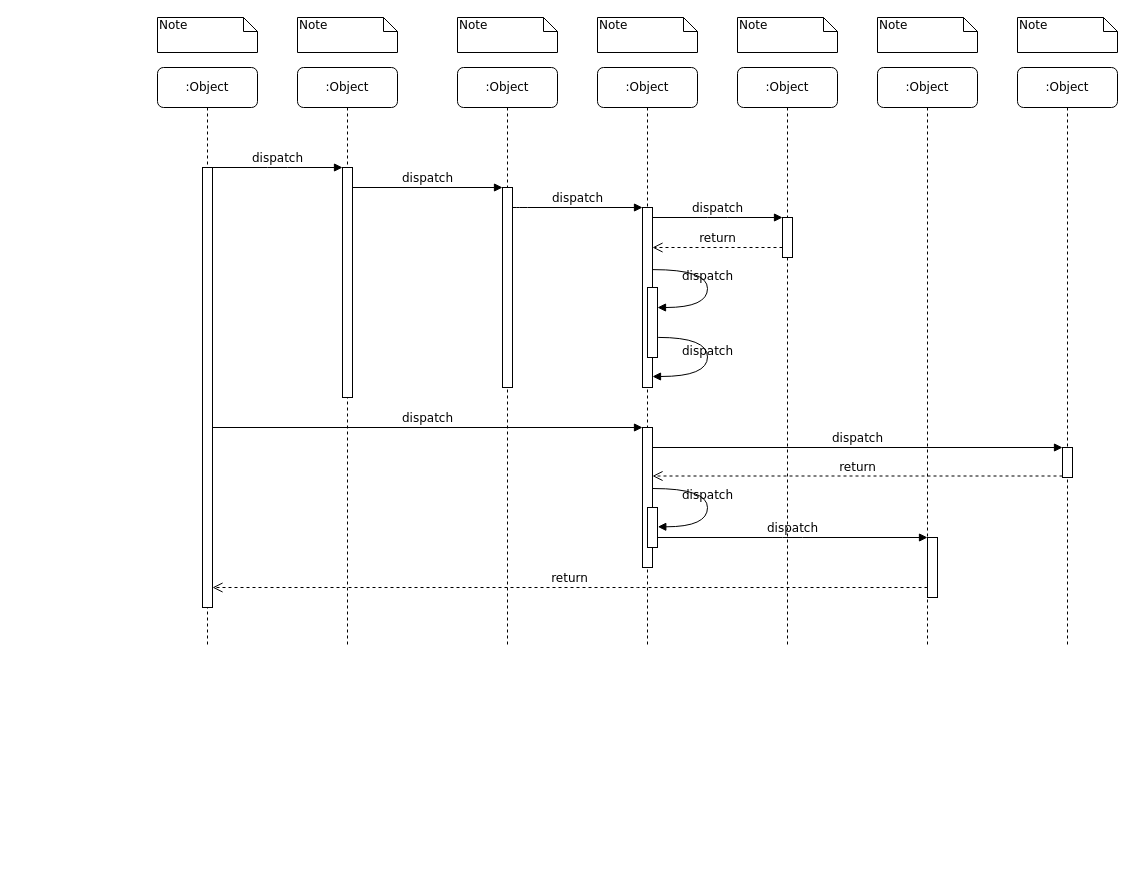
The draw.io diagram Диаграмма без названия.drawio in shatanov/IT-exams, before the edit. Source tidied: cells renumbered, new cells numbered last; positions are measured from the earlier drawing's top-left corner, leaving out a move shared by most shapes. Both pictures are drawn from the tidied source at 100%, with x=0, y=0 at pixel (157, 17).
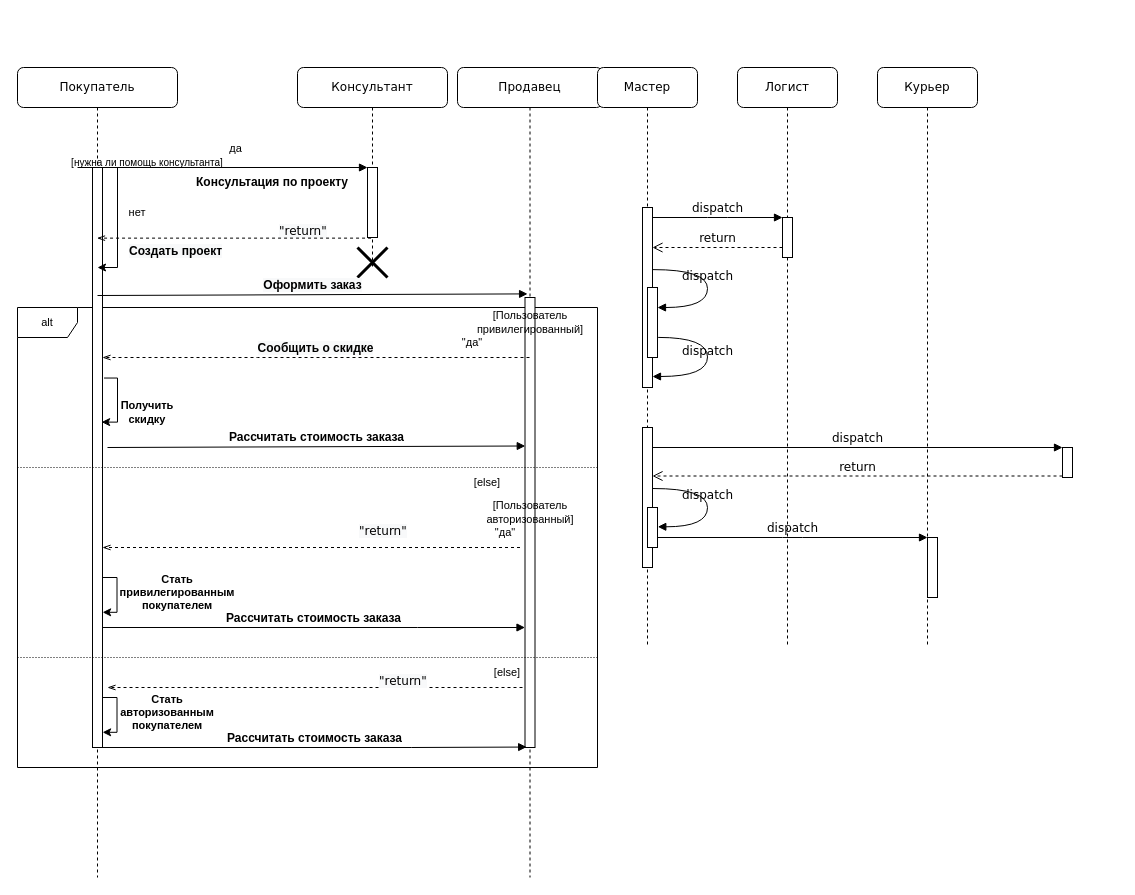
The same diagram, later.

Unchanged cells that the change refers to:
```xml
<mxCell id="12" style="html=1;points=[];perimeter=orthogonalPerimeter;rounded=0;shadow=0;comic=0;labelBackgroundColor=none;strokeWidth=1;fontFamily=Verdana;fontSize=12;align=center;" parent="1" vertex="1">
  <mxGeometry x="485" y="190" width="10" height="180" as="geometry" />
</mxCell>
<mxCell id="17" style="html=1;points=[];perimeter=orthogonalPerimeter;rounded=0;shadow=0;comic=0;labelBackgroundColor=none;strokeWidth=1;fontFamily=Verdana;fontSize=12;align=center;" parent="1" vertex="1">
  <mxGeometry x="485" y="410" width="10" height="140" as="geometry" />
</mxCell>
<mxCell id="22" style="html=1;points=[];perimeter=orthogonalPerimeter;rounded=0;shadow=0;comic=0;labelBackgroundColor=none;strokeWidth=1;fontFamily=Verdana;fontSize=12;align=center;" parent="1" vertex="1">
  <mxGeometry x="770" y="520" width="10" height="60" as="geometry" />
</mxCell>
```

Change to the diagram source:
```diff
@@
+    <mxCell id="39" value="alt" style="shape=umlFrame;whiteSpace=wrap;html=1;fontSize=11;" parent="1" vertex="1">
+      <mxGeometry x="-140" y="290" width="580" height="460" as="geometry" />
+    </mxCell>
-    <mxCell id="2" value=":Object" style="shape=umlLifeline;perimeter=lifelinePerimeter;whiteSpace=wrap;html=1;rounded=1;shadow=0;comic=0;labelBackgroundColor=none;strokeWidth=1;fontFamily=Verdana;fontSize=12;align=center;" parent="1" vertex="1">
-      <mxGeometry x="140" y="50" width="100" height="580" as="geometry" />
+    <mxCell id="2" value="Консультант" style="shape=umlLifeline;perimeter=lifelinePerimeter;whiteSpace=wrap;html=1;rounded=1;shadow=0;comic=0;labelBackgroundColor=none;strokeWidth=1;fontFamily=Verdana;fontSize=12;align=center;" parent="1" vertex="1">
+      <mxGeometry x="140" y="50" width="150" height="200" as="geometry" />
     </mxCell>
     <mxCell id="3" style="html=1;points=[];perimeter=orthogonalPerimeter;rounded=0;shadow=0;comic=0;labelBackgroundColor=none;strokeWidth=1;fontFamily=Verdana;fontSize=12;align=center;" parent="2" vertex="1">
-      <mxGeometry x="45" y="100" width="10" height="230" as="geometry" />
+      <mxGeometry x="70" y="100" width="10" height="70" as="geometry" />
     </mxCell>
+    <mxCell id="40" value="&lt;font style=&quot;font-size: 12px&quot;&gt;&lt;b&gt;Консультация по&amp;nbsp;проекту&lt;/b&gt;&lt;/font&gt;" style="text;html=1;strokeColor=none;fillColor=none;align=center;verticalAlign=middle;whiteSpace=wrap;rounded=0;fontSize=7;" parent="2" vertex="1">
+      <mxGeometry x="-200" y="100" width="350" height="30" as="geometry" />
+    </mxCell>
+    <mxCell id="41" style="shape=umlDestroy;whiteSpace=wrap;html=1;strokeWidth=3;fontSize=11;" parent="2" vertex="1">
+      <mxGeometry x="60" y="180" width="30" height="30" as="geometry" />
+    </mxCell>
+    <mxCell id="42" value="&lt;span style=&quot;color: rgb(0 , 0 , 0) ; font-family: &amp;#34;verdana&amp;#34; ; font-size: 12px ; font-style: normal ; font-weight: 400 ; letter-spacing: normal ; text-align: center ; text-indent: 0px ; text-transform: none ; word-spacing: 0px ; background-color: rgb(248 , 249 , 250) ; display: inline ; float: none&quot;&gt;&quot;return&quot;&lt;/span&gt;" style="text;whiteSpace=wrap;html=1;fontSize=11;" parent="2" vertex="1">
+      <mxGeometry x="-20" y="150" width="60" height="30" as="geometry" />
+    </mxCell>
-    <mxCell id="4" value=":Object" style="shape=umlLifeline;perimeter=lifelinePerimeter;whiteSpace=wrap;html=1;outlineConnect=0;rounded=1;shadow=0;comic=0;labelBackgroundColor=none;strokeWidth=1;fontFamily=Verdana;fontSize=12;align=center;" parent="1" vertex="1">
-      <mxGeometry x="300" y="50" width="100" height="580" as="geometry" />
+    <mxCell id="4" value="Продавец" style="shape=umlLifeline;perimeter=lifelinePerimeter;whiteSpace=wrap;html=1;outlineConnect=0;rounded=1;shadow=0;comic=0;labelBackgroundColor=none;strokeWidth=1;fontFamily=Verdana;fontSize=12;align=center;" parent="1" vertex="1">
+      <mxGeometry x="300" y="50" width="145" height="810" as="geometry" />
     </mxCell>
     <mxCell id="5" style="html=1;points=[];perimeter=orthogonalPerimeter;rounded=0;shadow=0;comic=0;labelBackgroundColor=none;strokeWidth=1;fontFamily=Verdana;fontSize=12;align=center;" parent="4" vertex="1">
-      <mxGeometry x="45" y="120" width="10" height="200" as="geometry" />
+      <mxGeometry x="67.5" y="230" width="10" height="450" as="geometry" />
     </mxCell>
+    <mxCell id="43" value="&quot;да&quot;" style="text;html=1;strokeColor=none;fillColor=none;align=center;verticalAlign=middle;whiteSpace=wrap;rounded=0;fontSize=11;" parent="4" vertex="1">
+      <mxGeometry x="-15" y="260" width="60" height="30" as="geometry" />
+    </mxCell>
+    <mxCell id="44" value="[else]" style="text;html=1;strokeColor=none;fillColor=none;align=center;verticalAlign=middle;whiteSpace=wrap;rounded=0;fontSize=11;" parent="4" vertex="1">
+      <mxGeometry y="400" width="60" height="30" as="geometry" />
+    </mxCell>
+    <mxCell id="45" value="&lt;font style=&quot;font-size: 11px&quot;&gt;[Пользователь&lt;br&gt;привилегированный]&lt;/font&gt;" style="text;html=1;strokeColor=none;fillColor=none;align=center;verticalAlign=middle;whiteSpace=wrap;rounded=0;fontSize=11;" parent="4" vertex="1">
+      <mxGeometry x="-22.5" y="240" width="190" height="30" as="geometry" />
+    </mxCell>
+    <mxCell id="46" value="&lt;font style=&quot;font-size: 11px&quot;&gt;[Пользователь&lt;br&gt;авторизованный]&lt;/font&gt;" style="text;html=1;strokeColor=none;fillColor=none;align=center;verticalAlign=middle;whiteSpace=wrap;rounded=0;fontSize=11;" parent="4" vertex="1">
+      <mxGeometry x="-22.5" y="430" width="190" height="30" as="geometry" />
+    </mxCell>
+    <mxCell id="47" value="&quot;да&quot;" style="text;html=1;strokeColor=none;fillColor=none;align=center;verticalAlign=middle;whiteSpace=wrap;rounded=0;fontSize=11;" parent="4" vertex="1">
+      <mxGeometry x="17.5" y="450" width="60" height="30" as="geometry" />
+    </mxCell>
-    <mxCell id="6" value=":Object" style="shape=umlLifeline;perimeter=lifelinePerimeter;whiteSpace=wrap;html=1;rounded=1;shadow=0;comic=0;labelBackgroundColor=none;strokeWidth=1;fontFamily=Verdana;fontSize=12;align=center;" parent="1" vertex="1">
+    <mxCell id="6" value="Мастер" style="shape=umlLifeline;perimeter=lifelinePerimeter;whiteSpace=wrap;html=1;rounded=1;shadow=0;comic=0;labelBackgroundColor=none;strokeWidth=1;fontFamily=Verdana;fontSize=12;align=center;" parent="1" vertex="1">
       <mxGeometry x="440" y="50" width="100" height="580" as="geometry" />
     </mxCell>
-    <mxCell id="7" value=":Object" style="shape=umlLifeline;perimeter=lifelinePerimeter;whiteSpace=wrap;html=1;rounded=1;shadow=0;comic=0;labelBackgroundColor=none;strokeWidth=1;fontFamily=Verdana;fontSize=12;align=center;" parent="1" vertex="1">
+    <mxCell id="7" value="Логист" style="shape=umlLifeline;perimeter=lifelinePerimeter;whiteSpace=wrap;html=1;rounded=1;shadow=0;comic=0;labelBackgroundColor=none;strokeWidth=1;fontFamily=Verdana;fontSize=12;align=center;" parent="1" vertex="1">
       <mxGeometry x="580" y="50" width="100" height="580" as="geometry" />
     </mxCell>
-    <mxCell id="8" value=":Object" style="shape=umlLifeline;perimeter=lifelinePerimeter;whiteSpace=wrap;html=1;rounded=1;shadow=0;comic=0;labelBackgroundColor=none;strokeWidth=1;fontFamily=Verdana;fontSize=12;align=center;" parent="1" vertex="1">
+    <mxCell id="8" value="Курьер" style="shape=umlLifeline;perimeter=lifelinePerimeter;whiteSpace=wrap;html=1;rounded=1;shadow=0;comic=0;labelBackgroundColor=none;strokeWidth=1;fontFamily=Verdana;fontSize=12;align=center;" parent="1" vertex="1">
       <mxGeometry x="720" y="50" width="100" height="580" as="geometry" />
     </mxCell>
-    <mxCell id="9" value=":Object" style="shape=umlLifeline;perimeter=lifelinePerimeter;whiteSpace=wrap;html=1;rounded=1;shadow=0;comic=0;labelBackgroundColor=none;strokeWidth=1;fontFamily=Verdana;fontSize=12;align=center;" parent="1" vertex="1">
-      <mxGeometry x="860" y="50" width="100" height="580" as="geometry" />
-    </mxCell>
-    <mxCell id="10" value=":Object" style="shape=umlLifeline;perimeter=lifelinePerimeter;whiteSpace=wrap;html=1;outlineConnect=0;rounded=1;shadow=0;comic=0;labelBackgroundColor=none;strokeWidth=1;fontFamily=Verdana;fontSize=12;align=center;" parent="1" vertex="1">
-      <mxGeometry y="50" width="100" height="580" as="geometry" />
+    <mxCell id="10" value="Покупатель" style="shape=umlLifeline;perimeter=lifelinePerimeter;whiteSpace=wrap;html=1;outlineConnect=0;rounded=1;shadow=0;comic=0;labelBackgroundColor=none;strokeWidth=1;fontFamily=Verdana;fontSize=12;align=center;" parent="1" vertex="1">
+      <mxGeometry x="-140" y="50" width="160" height="810" as="geometry" />
     </mxCell>
     <mxCell id="11" style="html=1;points=[];perimeter=orthogonalPerimeter;rounded=0;shadow=0;comic=0;labelBackgroundColor=none;strokeWidth=1;fontFamily=Verdana;fontSize=12;align=center;" parent="10" vertex="1">
-      <mxGeometry x="45" y="100" width="10" height="440" as="geometry" />
+      <mxGeometry x="75" y="100" width="10" height="580" as="geometry" />
     </mxCell>
+    <mxCell id="48" style="endArrow=classic;html=1;rounded=0;fontSize=12;edgeStyle=elbowEdgeStyle;exitX=0.111;exitY=0.667;exitDx=0;exitDy=0;exitPerimeter=0;" parent="10" edge="1" source="53">
+      <mxGeometry relative="1" as="geometry">
+        <mxPoint x="80" y="200" as="targetPoint" />
+        <Array as="points">
+          <mxPoint x="100" y="180" />
+        </Array>
+      </mxGeometry>
+    </mxCell>
+    <mxCell id="49" style="endArrow=classic;html=1;rounded=0;fontSize=10;edgeStyle=elbowEdgeStyle;exitX=1.155;exitY=0.363;exitDx=0;exitDy=0;exitPerimeter=0;entryX=0.912;entryY=0.439;entryDx=0;entryDy=0;entryPerimeter=0;" parent="10" edge="1" source="11" target="11">
+      <mxGeometry relative="1" as="geometry">
+        <Array as="points">
+          <mxPoint x="100" y="350" />
+          <mxPoint x="140" y="340" />
+        </Array>
+      </mxGeometry>
+    </mxCell>
+    <mxCell id="50" style="endArrow=classic;html=1;rounded=0;fontSize=10;edgeStyle=elbowEdgeStyle;exitX=1.05;exitY=0.463;exitDx=0;exitDy=0;exitPerimeter=0;entryX=1.058;entryY=0.534;entryDx=0;entryDy=0;entryPerimeter=0;" parent="10" edge="1">
+      <mxGeometry relative="1" as="geometry">
+        <mxPoint x="85" y="510" as="sourcePoint" />
+        <mxPoint x="85.1" y="544.8" as="targetPoint" />
+        <Array as="points">
+          <mxPoint x="99.5" y="533.1" />
+          <mxPoint x="139.5" y="523.1" />
+        </Array>
+      </mxGeometry>
+    </mxCell>
+    <mxCell id="51" style="endArrow=none;dashed=1;html=1;dashPattern=1 2;strokeWidth=1;rounded=0;fontSize=11;" parent="10" edge="1">
+      <mxGeometry relative="1" as="geometry">
+        <mxPoint y="590" as="sourcePoint" />
+        <mxPoint x="580" y="590" as="targetPoint" />
+      </mxGeometry>
+    </mxCell>
+    <mxCell id="52" style="endArrow=classic;html=1;rounded=0;fontSize=10;edgeStyle=elbowEdgeStyle;exitX=1.05;exitY=0.463;exitDx=0;exitDy=0;exitPerimeter=0;entryX=1.058;entryY=0.534;entryDx=0;entryDy=0;entryPerimeter=0;" parent="10" edge="1">
+      <mxGeometry relative="1" as="geometry">
+        <mxPoint x="85" y="630" as="sourcePoint" />
+        <mxPoint x="85.1" y="664.8" as="targetPoint" />
+        <Array as="points">
+          <mxPoint x="99.5" y="653.1" />
+          <mxPoint x="139.5" y="643.1" />
+        </Array>
+      </mxGeometry>
+    </mxCell>
@@
-    <mxCell id="13" value="dispatch" style="html=1;verticalAlign=bottom;endArrow=block;labelBackgroundColor=none;fontFamily=Verdana;fontSize=12;edgeStyle=elbowEdgeStyle;elbow=vertical;" parent="1" edge="1" source="5" target="12">
-      <mxGeometry relative="1" as="geometry">
-        <Array as="points">
-          <mxPoint x="360" y="190" />
-        </Array>
-      </mxGeometry>
-    </mxCell>
@@
-    <mxCell id="18" value="dispatch" style="html=1;verticalAlign=bottom;endArrow=block;entryX=0;entryY=0;labelBackgroundColor=none;fontFamily=Verdana;fontSize=12;" parent="1" edge="1" source="11" target="17">
-      <mxGeometry relative="1" as="geometry" />
-    </mxCell>
@@
-    <mxCell id="24" value="return" style="html=1;verticalAlign=bottom;endArrow=open;dashed=1;endSize=8;labelBackgroundColor=none;fontFamily=Verdana;fontSize=12;edgeStyle=elbowEdgeStyle;elbow=vertical;" parent="1" edge="1" source="22" target="11">
-      <mxGeometry relative="1" as="geometry">
-        <Array as="points">
-          <mxPoint x="470" y="570" />
-        </Array>
-      </mxGeometry>
-    </mxCell>
-    <mxCell id="25" value="dispatch" style="html=1;verticalAlign=bottom;endArrow=block;entryX=0;entryY=0;labelBackgroundColor=none;fontFamily=Verdana;fontSize=12;edgeStyle=elbowEdgeStyle;elbow=vertical;" parent="1" edge="1" source="11" target="3">
-      <mxGeometry relative="1" as="geometry" />
+    <mxCell id="25" value="&lt;font face=&quot;helvetica&quot;&gt;&lt;span style=&quot;font-size: 11px&quot;&gt;да&lt;/span&gt;&lt;/font&gt;" style="html=1;verticalAlign=bottom;endArrow=block;entryX=0;entryY=0;labelBackgroundColor=none;fontFamily=Verdana;fontSize=12;edgeStyle=elbowEdgeStyle;elbow=vertical;" parent="1" edge="1" source="11" target="3">
+      <mxGeometry y="10" relative="1" as="geometry" />
     </mxCell>
-    <mxCell id="26" value="dispatch" style="html=1;verticalAlign=bottom;endArrow=block;entryX=0;entryY=0;labelBackgroundColor=none;fontFamily=Verdana;fontSize=12;edgeStyle=elbowEdgeStyle;elbow=vertical;" parent="1" edge="1" source="3" target="5">
-      <mxGeometry relative="1" as="geometry" />
-    </mxCell>
@@
-    <mxCell id="32" value="Note" style="shape=note;whiteSpace=wrap;html=1;size=14;verticalAlign=top;align=left;spacingTop=-6;rounded=0;shadow=0;comic=0;labelBackgroundColor=none;strokeWidth=1;fontFamily=Verdana;fontSize=12;" parent="1" vertex="1">
-      <mxGeometry width="100" height="35" as="geometry" />
-    </mxCell>
-    <mxCell id="33" value="Note" style="shape=note;whiteSpace=wrap;html=1;size=14;verticalAlign=top;align=left;spacingTop=-6;rounded=0;shadow=0;comic=0;labelBackgroundColor=none;strokeWidth=1;fontFamily=Verdana;fontSize=12;" parent="1" vertex="1">
-      <mxGeometry x="140" width="100" height="35" as="geometry" />
-    </mxCell>
-    <mxCell id="34" value="Note" style="shape=note;whiteSpace=wrap;html=1;size=14;verticalAlign=top;align=left;spacingTop=-6;rounded=0;shadow=0;comic=0;labelBackgroundColor=none;strokeWidth=1;fontFamily=Verdana;fontSize=12;" parent="1" vertex="1">
-      <mxGeometry x="300" width="100" height="35" as="geometry" />
-    </mxCell>
-    <mxCell id="35" value="Note" style="shape=note;whiteSpace=wrap;html=1;size=14;verticalAlign=top;align=left;spacingTop=-6;rounded=0;shadow=0;comic=0;labelBackgroundColor=none;strokeWidth=1;fontFamily=Verdana;fontSize=12;" parent="1" vertex="1">
-      <mxGeometry x="440" width="100" height="35" as="geometry" />
-    </mxCell>
-    <mxCell id="36" value="Note" style="shape=note;whiteSpace=wrap;html=1;size=14;verticalAlign=top;align=left;spacingTop=-6;rounded=0;shadow=0;comic=0;labelBackgroundColor=none;strokeWidth=1;fontFamily=Verdana;fontSize=12;" parent="1" vertex="1">
-      <mxGeometry x="580" width="100" height="35" as="geometry" />
-    </mxCell>
-    <mxCell id="37" value="Note" style="shape=note;whiteSpace=wrap;html=1;size=14;verticalAlign=top;align=left;spacingTop=-6;rounded=0;shadow=0;comic=0;labelBackgroundColor=none;strokeWidth=1;fontFamily=Verdana;fontSize=12;" parent="1" vertex="1">
-      <mxGeometry x="720" width="100" height="35" as="geometry" />
-    </mxCell>
-    <mxCell id="38" value="Note" style="shape=note;whiteSpace=wrap;html=1;size=14;verticalAlign=top;align=left;spacingTop=-6;rounded=0;shadow=0;comic=0;labelBackgroundColor=none;strokeWidth=1;fontFamily=Verdana;fontSize=12;" parent="1" vertex="1">
-      <mxGeometry x="860" width="100" height="35" as="geometry" />
-    </mxCell>
+    <mxCell id="53" value="&lt;span style=&quot;font-family: &amp;#34;helvetica&amp;#34;&quot;&gt;&lt;font style=&quot;font-size: 10px&quot;&gt;[нужна ли помощь консультанта]&lt;/font&gt;&lt;/span&gt;" style="text;html=1;strokeColor=none;fillColor=none;align=center;verticalAlign=middle;whiteSpace=wrap;rounded=0;fontSize=11;" parent="1" vertex="1">
+      <mxGeometry x="-100" y="130" width="180" height="30" as="geometry" />
+    </mxCell>
+    <mxCell id="54" value="&lt;b style=&quot;color: rgb(0 , 0 , 0) ; font-family: &amp;#34;helvetica&amp;#34; ; font-size: 12px ; font-style: normal ; letter-spacing: normal ; text-align: center ; text-indent: 0px ; text-transform: none ; word-spacing: 0px ; background-color: rgb(248 , 249 , 250)&quot;&gt;Создать проект&lt;/b&gt;" style="text;whiteSpace=wrap;html=1;fontSize=12;" parent="1" vertex="1">
+      <mxGeometry x="-30" y="220" width="100" height="30" as="geometry" />
+    </mxCell>
+    <mxCell id="55" value="&lt;font style=&quot;font-size: 11px&quot;&gt;нет&lt;/font&gt;" style="text;html=1;strokeColor=none;fillColor=none;align=center;verticalAlign=middle;whiteSpace=wrap;rounded=0;fontSize=12;" parent="1" vertex="1">
+      <mxGeometry x="-50" y="180" width="60" height="30" as="geometry" />
+    </mxCell>
+    <mxCell id="56" style="endArrow=openThin;html=1;rounded=0;fontSize=11;exitX=0.355;exitY=1.009;exitDx=0;exitDy=0;exitPerimeter=0;dashed=1;endFill=0;" parent="1" edge="1" source="3" target="10">
+      <mxGeometry relative="1" as="geometry" />
+    </mxCell>
+    <mxCell id="57" value="&lt;b&gt;&lt;span style=&quot;font-size: 12px ; background-color: rgb(248 , 249 , 250)&quot;&gt;Оформить&amp;nbsp;&lt;/span&gt;&lt;span style=&quot;font-size: 12px ; background-color: rgb(248 , 249 , 250)&quot;&gt;заказ&lt;/span&gt;&lt;/b&gt;" style="html=1;verticalAlign=bottom;endArrow=block;rounded=0;fontSize=11;entryX=0.257;entryY=-0.008;entryDx=0;entryDy=0;entryPerimeter=0;" parent="1" edge="1" target="5">
+      <mxGeometry relative="1" as="geometry">
+        <mxPoint x="-60" y="278" as="sourcePoint" />
+      </mxGeometry>
+    </mxCell>
+    <mxCell id="58" value="&lt;span style=&quot;font-size: 12px ; background-color: rgb(248 , 249 , 250)&quot;&gt;&lt;b&gt;Сообщить о скидке&lt;/b&gt;&lt;/span&gt;" style="html=1;verticalAlign=bottom;endArrow=openThin;rounded=0;fontSize=11;dashed=1;endFill=0;" parent="1" edge="1" source="4" target="11">
+      <mxGeometry relative="1" as="geometry">
+        <Array as="points">
+          <mxPoint x="320" y="340" />
+          <mxPoint x="100" y="340" />
+        </Array>
+      </mxGeometry>
+    </mxCell>
+    <mxCell id="59" value="&lt;font size=&quot;1&quot;&gt;&lt;b style=&quot;font-size: 11px&quot;&gt;Получить скидку&lt;/b&gt;&lt;/font&gt;" style="text;html=1;strokeColor=none;fillColor=none;align=center;verticalAlign=middle;whiteSpace=wrap;rounded=0;fontSize=10;" parent="1" vertex="1">
+      <mxGeometry x="-40" y="380" width="60" height="30" as="geometry" />
+    </mxCell>
+    <mxCell id="60" style="endArrow=none;dashed=1;html=1;dashPattern=1 2;strokeWidth=1;rounded=0;fontSize=11;" parent="1" edge="1">
+      <mxGeometry relative="1" as="geometry">
+        <mxPoint x="-140" y="450" as="sourcePoint" />
+        <mxPoint x="440" y="450" as="targetPoint" />
+      </mxGeometry>
+    </mxCell>
+    <mxCell id="61" value="&lt;b&gt;Рассчитать стоимость заказа&lt;/b&gt;" style="html=1;verticalAlign=bottom;endArrow=block;rounded=0;fontSize=12;entryX=0.026;entryY=0.33;entryDx=0;entryDy=0;entryPerimeter=0;" parent="1" edge="1" target="5">
+      <mxGeometry relative="1" as="geometry">
+        <mxPoint x="-50" y="430" as="sourcePoint" />
+      </mxGeometry>
+    </mxCell>
+    <mxCell id="62" style="html=1;verticalAlign=bottom;endArrow=openThin;rounded=0;fontSize=11;strokeWidth=1;exitX=0.75;exitY=1;exitDx=0;exitDy=0;dashed=1;endFill=0;" parent="1" edge="1" source="47" target="11">
+      <mxGeometry relative="1" as="geometry" />
+    </mxCell>
+    <mxCell id="63" value="&lt;b&gt;Рассчитать стоимость заказа&lt;/b&gt;" style="html=1;verticalAlign=bottom;endArrow=block;rounded=0;fontSize=12;" parent="1" edge="1" source="11" target="5">
+      <mxGeometry relative="1" as="geometry">
+        <Array as="points">
+          <mxPoint x="260" y="610" />
+        </Array>
+      </mxGeometry>
+    </mxCell>
+    <mxCell id="64" value="&lt;span style=&quot;color: rgb(0 , 0 , 0) ; font-family: &amp;#34;verdana&amp;#34; ; font-size: 12px ; font-style: normal ; font-weight: 400 ; letter-spacing: normal ; text-align: center ; text-indent: 0px ; text-transform: none ; word-spacing: 0px ; background-color: rgb(248 , 249 , 250) ; display: inline ; float: none&quot;&gt;&quot;return&quot;&lt;/span&gt;" style="text;whiteSpace=wrap;html=1;fontSize=11;" parent="1" vertex="1">
+      <mxGeometry x="200" y="500" width="60" height="30" as="geometry" />
+    </mxCell>
+    <mxCell id="65" value="&lt;b style=&quot;font-size: 11px&quot;&gt;&lt;span&gt;Стать привилегированным&lt;/span&gt;&lt;br&gt;&lt;span&gt;покупателем&lt;/span&gt;&lt;/b&gt;" style="text;html=1;strokeColor=none;fillColor=none;align=center;verticalAlign=middle;whiteSpace=wrap;rounded=0;fontSize=10;" parent="1" vertex="1">
+      <mxGeometry x="-10" y="560" width="60" height="30" as="geometry" />
+    </mxCell>
+    <mxCell id="66" value="[else]" style="text;html=1;strokeColor=none;fillColor=none;align=center;verticalAlign=middle;whiteSpace=wrap;rounded=0;fontSize=11;" parent="1" vertex="1">
+      <mxGeometry x="320" y="640" width="60" height="30" as="geometry" />
+    </mxCell>
+    <mxCell id="67" style="html=1;verticalAlign=bottom;endArrow=openThin;rounded=0;fontSize=11;strokeWidth=1;exitX=0.75;exitY=1;exitDx=0;exitDy=0;dashed=1;endFill=0;" parent="1" edge="1" source="66">
+      <mxGeometry relative="1" as="geometry">
+        <mxPoint x="-50" y="670" as="targetPoint" />
+      </mxGeometry>
+    </mxCell>
+    <mxCell id="68" value="&lt;b&gt;&lt;font style=&quot;font-size: 11px&quot;&gt;Стать авторизованным покупателем&lt;/font&gt;&lt;/b&gt;" style="text;html=1;strokeColor=none;fillColor=none;align=center;verticalAlign=middle;whiteSpace=wrap;rounded=0;fontSize=10;" parent="1" vertex="1">
+      <mxGeometry x="-20" y="680" width="60" height="30" as="geometry" />
+    </mxCell>
+    <mxCell id="69" value="&lt;b&gt;Рассчитать стоимость заказа&lt;/b&gt;" style="html=1;verticalAlign=bottom;endArrow=block;rounded=0;fontSize=12;entryX=0.165;entryY=0.999;entryDx=0;entryDy=0;entryPerimeter=0;exitX=1;exitY=1;exitDx=0;exitDy=0;exitPerimeter=0;" parent="1" edge="1" source="11" target="5">
+      <mxGeometry relative="1" as="geometry">
+        <Array as="points">
+          <mxPoint x="253.8" y="730" />
+        </Array>
+      </mxGeometry>
+    </mxCell>
+    <mxCell id="70" value="&lt;span style=&quot;color: rgb(0 , 0 , 0) ; font-family: &amp;#34;verdana&amp;#34; ; font-size: 12px ; font-style: normal ; font-weight: 400 ; letter-spacing: normal ; text-align: center ; text-indent: 0px ; text-transform: none ; word-spacing: 0px ; background-color: rgb(248 , 249 , 250) ; display: inline ; float: none&quot;&gt;&quot;return&quot;&lt;/span&gt;" style="text;whiteSpace=wrap;html=1;fontSize=11;" parent="1" vertex="1">
+      <mxGeometry x="220" y="650" width="60" height="30" as="geometry" />
+    </mxCell>
```
